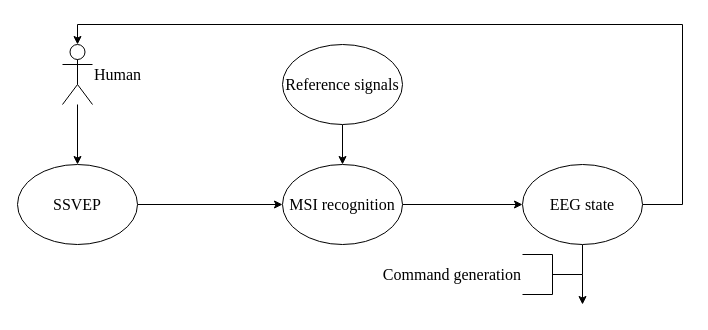
Above: Use of MSI to allocate SSVEP in human-robot interaction.drawio in lenferer/draw.io (draw.io), before the change. Source tidied: cells renumbered, new cells numbered last; positions are measured from the earlier drawing's top-left corner, leaving out a move shared by most shapes. Both pictures are drawn from the tidied source at 100%, with x=0, y=0 at pixel (17, 24).
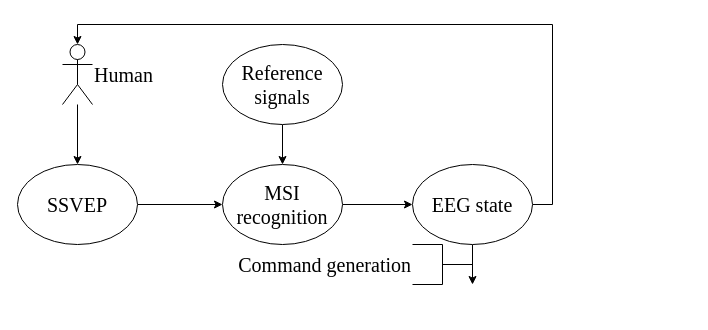
Above is the later version.

What changed in the source:
```diff
@@
 <mxGraphModel>
   <root>
     <mxCell id="0" />
     <mxCell id="1" parent="0" />
-    <mxCell id="2" style="edgeStyle=orthogonalEdgeStyle;rounded=0;jettySize=auto;html=1;fontFamily=Times New Roman;fontSize=16;" parent="1" edge="1" source="3" target="5">
+    <mxCell id="2" style="edgeStyle=orthogonalEdgeStyle;rounded=0;jettySize=auto;html=1;fontFamily=Times New Roman;fontSize=20;" parent="1" edge="1" source="3" target="5">
       <mxGeometry relative="1" as="geometry" />
     </mxCell>
-    <mxCell id="3" value="&lt;div&gt;Human&lt;/div&gt;" style="shape=umlActor;verticalLabelPosition=middle;verticalAlign=middle;html=1;outlineConnect=0;fontFamily=Times New Roman;fontSize=16;labelPosition=right;align=left;" parent="1" vertex="1">
+    <mxCell id="3" value="&lt;div style=&quot;font-size: 20px;&quot;&gt;Human&lt;/div&gt;" style="shape=umlActor;verticalLabelPosition=middle;verticalAlign=middle;html=1;outlineConnect=0;fontFamily=Times New Roman;fontSize=20;labelPosition=right;align=left;" parent="1" vertex="1">
       <mxGeometry x="45" y="20" width="30" height="60" as="geometry" />
     </mxCell>
-    <mxCell id="4" style="edgeStyle=orthogonalEdgeStyle;rounded=0;jettySize=auto;html=1;entryX=0;entryY=0.5;entryDx=0;entryDy=0;fontFamily=Times New Roman;fontSize=16;" parent="1" edge="1" source="5" target="7">
+    <mxCell id="4" style="edgeStyle=orthogonalEdgeStyle;rounded=0;jettySize=auto;html=1;entryX=0;entryY=0.5;entryDx=0;entryDy=0;fontFamily=Times New Roman;fontSize=20;" parent="1" edge="1" source="5" target="7">
       <mxGeometry relative="1" as="geometry" />
     </mxCell>
-    <mxCell id="5" value="SSVEP" style="ellipse;whiteSpace=wrap;html=1;fontFamily=Times New Roman;fontSize=16;" parent="1" vertex="1">
+    <mxCell id="5" value="SSVEP" style="ellipse;whiteSpace=wrap;html=1;fontFamily=Times New Roman;fontSize=20;" parent="1" vertex="1">
       <mxGeometry y="140" width="120" height="80" as="geometry" />
     </mxCell>
-    <mxCell id="6" style="edgeStyle=orthogonalEdgeStyle;rounded=0;jettySize=auto;html=1;entryX=0;entryY=0.5;entryDx=0;entryDy=0;fontFamily=Times New Roman;fontSize=16;" parent="1" edge="1" source="7" target="12">
+    <mxCell id="6" style="edgeStyle=orthogonalEdgeStyle;rounded=0;jettySize=auto;html=1;entryX=0;entryY=0.5;entryDx=0;entryDy=0;fontFamily=Times New Roman;fontSize=20;" parent="1" edge="1" source="7" target="12">
       <mxGeometry relative="1" as="geometry" />
     </mxCell>
-    <mxCell id="7" value="MSI recognition" style="ellipse;whiteSpace=wrap;html=1;fontFamily=Times New Roman;fontSize=16;" parent="1" vertex="1">
-      <mxGeometry x="265" y="140" width="120" height="80" as="geometry" />
+    <mxCell id="7" value="MSI recognition" style="ellipse;whiteSpace=wrap;html=1;fontFamily=Times New Roman;fontSize=20;" parent="1" vertex="1">
+      <mxGeometry x="205" y="140" width="120" height="80" as="geometry" />
     </mxCell>
-    <mxCell id="8" style="edgeStyle=orthogonalEdgeStyle;rounded=0;jettySize=auto;html=1;entryX=0.5;entryY=0;entryDx=0;entryDy=0;fontFamily=Times New Roman;fontSize=16;" parent="1" edge="1" source="9" target="7">
+    <mxCell id="8" style="edgeStyle=orthogonalEdgeStyle;rounded=0;jettySize=auto;html=1;entryX=0.5;entryY=0;entryDx=0;entryDy=0;fontFamily=Times New Roman;fontSize=20;" parent="1" edge="1" source="9" target="7">
       <mxGeometry relative="1" as="geometry" />
     </mxCell>
-    <mxCell id="9" value="&lt;span class=&quot;tlid-translation translation&quot; style=&quot;font-size: 16px&quot; lang=&quot;en&quot;&gt;&lt;span title=&quot;&quot; class=&quot;&quot; style=&quot;font-size: 16px&quot;&gt;Reference signals&lt;/span&gt;&lt;/span&gt;" style="ellipse;whiteSpace=wrap;html=1;fontFamily=Times New Roman;fontSize=16;" parent="1" vertex="1">
-      <mxGeometry x="265" y="20" width="120" height="80" as="geometry" />
+    <mxCell id="9" value="&lt;span class=&quot;tlid-translation translation&quot; style=&quot;font-size: 20px;&quot; lang=&quot;en&quot;&gt;&lt;span title=&quot;&quot; class=&quot;&quot; style=&quot;font-size: 20px;&quot;&gt;Reference signals&lt;/span&gt;&lt;/span&gt;" style="ellipse;whiteSpace=wrap;html=1;fontFamily=Times New Roman;fontSize=20;" parent="1" vertex="1">
+      <mxGeometry x="205" y="20" width="120" height="80" as="geometry" />
     </mxCell>
-    <mxCell id="10" style="edgeStyle=orthogonalEdgeStyle;rounded=0;jettySize=auto;html=1;entryX=0.5;entryY=0;entryDx=0;entryDy=0;entryPerimeter=0;fontFamily=Times New Roman;fontSize=16;" parent="1" edge="1" source="12" target="3">
+    <mxCell id="10" style="edgeStyle=orthogonalEdgeStyle;rounded=0;jettySize=auto;html=1;entryX=0.5;entryY=0;entryDx=0;entryDy=0;entryPerimeter=0;fontFamily=Times New Roman;fontSize=20;" parent="1" edge="1" source="12" target="3">
       <mxGeometry relative="1" as="geometry">
         <Array as="points">
-          <mxPoint x="665" y="180" />
-          <mxPoint x="665" />
+          <mxPoint x="535" y="180" />
+          <mxPoint x="535" />
           <mxPoint x="60" />
         </Array>
       </mxGeometry>
     </mxCell>
-    <mxCell id="11" style="edgeStyle=orthogonalEdgeStyle;rounded=0;jettySize=auto;html=1;fontFamily=Times New Roman;fontSize=16;" parent="1" edge="1" source="12">
+    <mxCell id="11" style="edgeStyle=orthogonalEdgeStyle;rounded=0;jettySize=auto;html=1;fontFamily=Times New Roman;fontSize=20;exitX=0.5;exitY=1;exitDx=0;exitDy=0;" parent="1" edge="1" source="12">
       <mxGeometry relative="1" as="geometry">
-        <mxPoint x="565" y="280" as="targetPoint" />
+        <mxPoint x="455" y="260" as="targetPoint" />
+        <Array as="points">
+          <mxPoint x="455" y="260" />
+          <mxPoint x="455" y="260" />
+        </Array>
       </mxGeometry>
     </mxCell>
-    <mxCell id="12" value="&lt;span class=&quot;tlid-translation translation&quot; style=&quot;font-size: 16px;&quot; lang=&quot;en&quot;&gt;&lt;span title=&quot;&quot; class=&quot;&quot; style=&quot;font-size: 16px;&quot;&gt;EEG state&lt;/span&gt;&lt;/span&gt;" style="ellipse;whiteSpace=wrap;html=1;fontFamily=Times New Roman;fontSize=16;" parent="1" vertex="1">
-      <mxGeometry x="505" y="140" width="120" height="80" as="geometry" />
+    <mxCell id="12" value="&lt;span class=&quot;tlid-translation translation&quot; style=&quot;font-size: 20px;&quot; lang=&quot;en&quot;&gt;&lt;span title=&quot;&quot; class=&quot;&quot; style=&quot;font-size: 20px;&quot;&gt;EEG state&lt;/span&gt;&lt;/span&gt;" style="ellipse;whiteSpace=wrap;html=1;fontFamily=Times New Roman;fontSize=20;" parent="1" vertex="1">
+      <mxGeometry x="395" y="140" width="120" height="80" as="geometry" />
     </mxCell>
-    <mxCell id="13" value="Command generation" style="strokeWidth=1;shape=mxgraph.flowchart.annotation_2;align=right;labelPosition=left;fontFamily=Times New Roman;fontSize=16;direction=west;spacing=2;verticalLabelPosition=middle;verticalAlign=middle;labelBackgroundColor=none;labelBorderColor=none;html=1;" parent="1" vertex="1">
-      <mxGeometry x="505" y="230" width="60" height="40" as="geometry" />
+    <mxCell id="13" value="Command generation" style="strokeWidth=1;shape=mxgraph.flowchart.annotation_2;align=right;labelPosition=left;fontFamily=Times New Roman;fontSize=20;direction=west;spacing=2;verticalLabelPosition=middle;verticalAlign=middle;labelBackgroundColor=none;labelBorderColor=none;html=1;" parent="1" vertex="1">
+      <mxGeometry x="395" y="220" width="60" height="40" as="geometry" />
     </mxCell>
   </root>
 </mxGraphModel>
```
